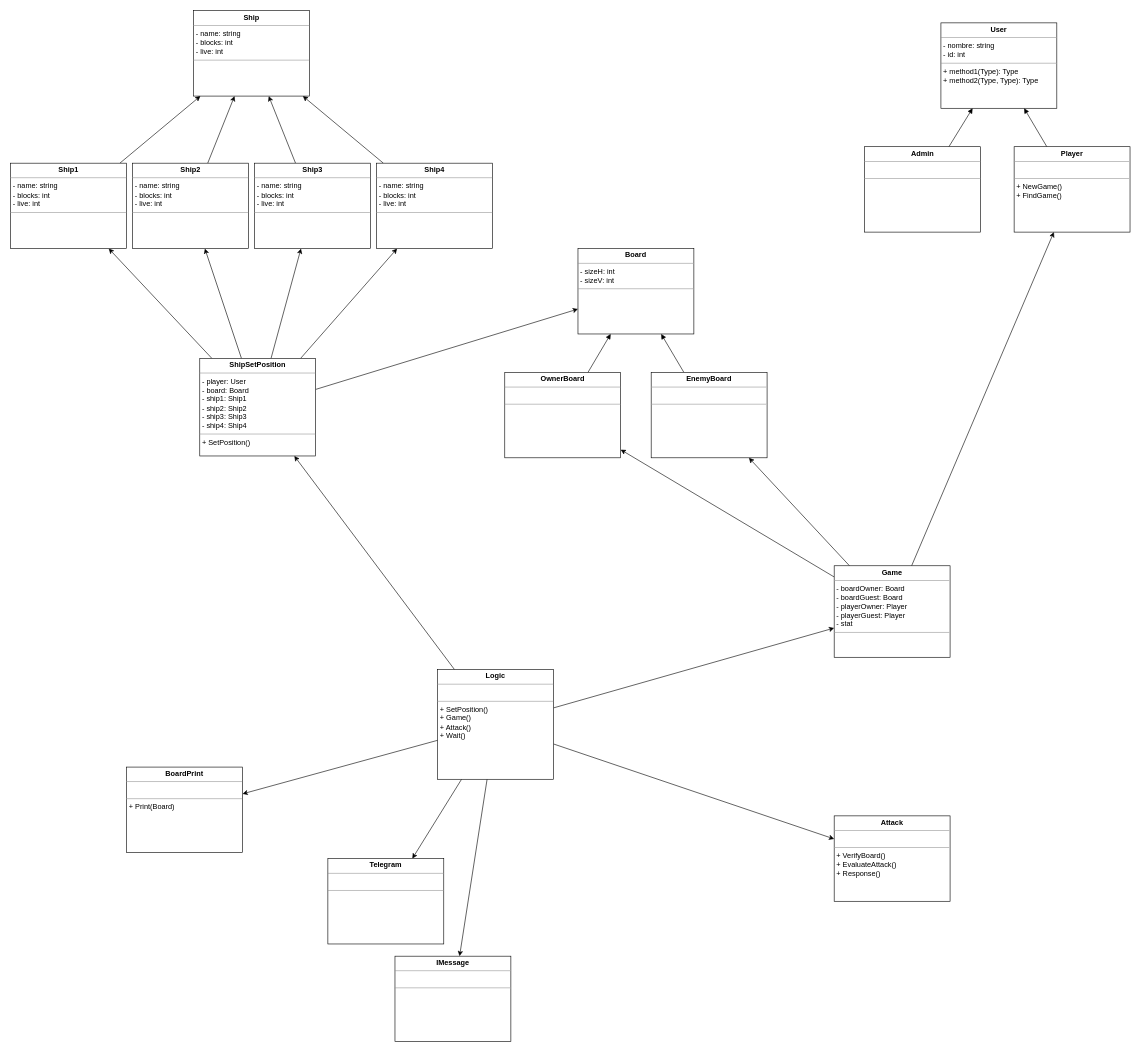
The draw.io diagram Documentacion/Diagrama_2022-05-05.drawio in Ionasjospo/Proyecto_PII_2022_Equipo10, before the edit. Source tidied: cells renumbered, new cells numbered last; positions are measured from the earlier drawing's top-left corner, leaving out a move shared by most shapes. Both pictures are drawn from the tidied source at 61%, with x=0, y=0 at pixel (10, 10).
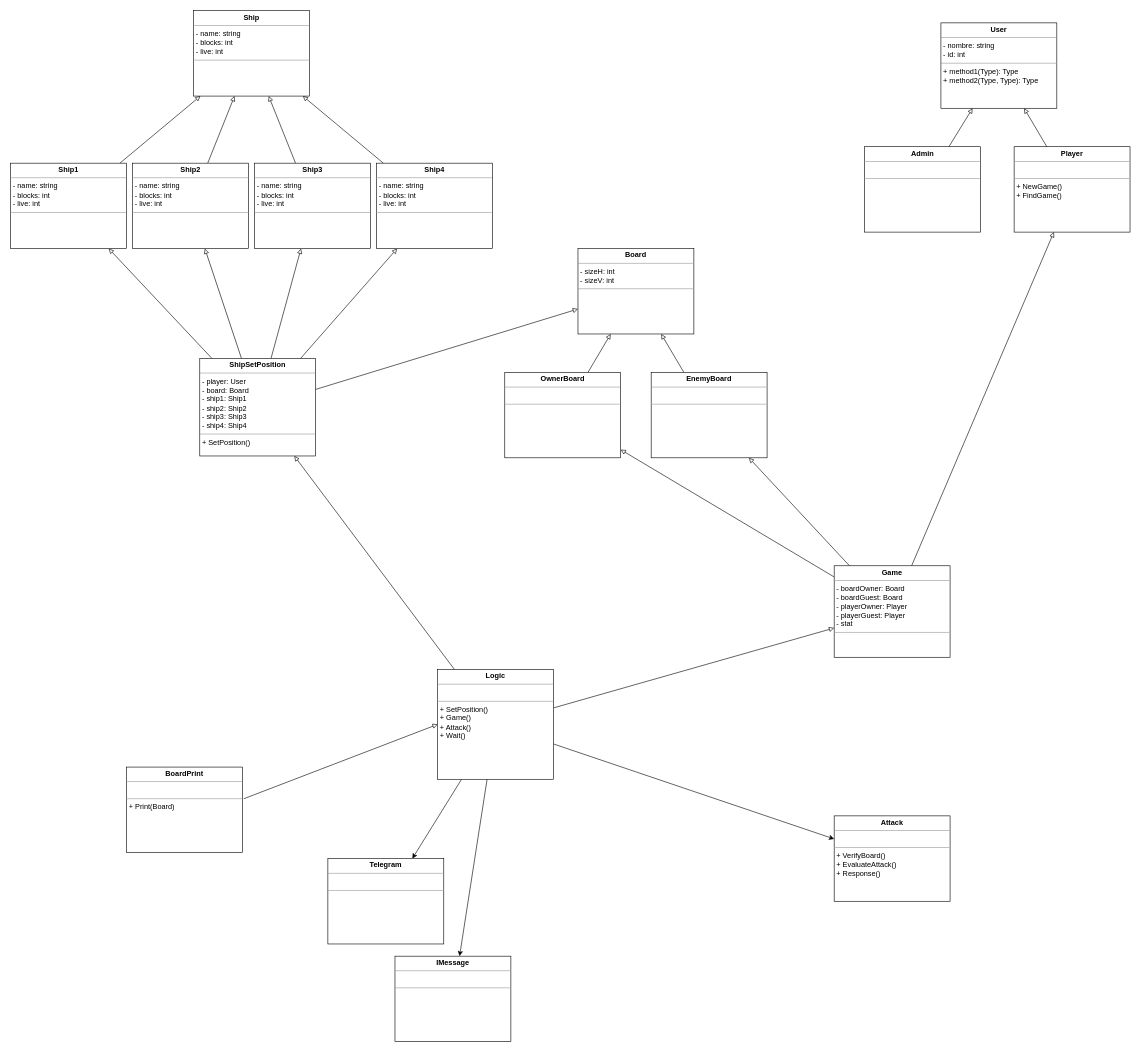
The same diagram, later.

Unchanged cells that the change refers to:
```xml
<mxCell id="2" value="&lt;p style=&quot;margin: 0px ; margin-top: 4px ; text-align: center&quot;&gt;&lt;b&gt;User&lt;/b&gt;&lt;/p&gt;&lt;hr size=&quot;1&quot;&gt;&lt;p style=&quot;margin: 0px ; margin-left: 4px&quot;&gt;- nombre: string&lt;br&gt;- id: int&lt;/p&gt;&lt;hr size=&quot;1&quot;&gt;&lt;p style=&quot;margin: 0px ; margin-left: 4px&quot;&gt;+ method1(Type): Type&lt;br&gt;+ method2(Type, Type): Type&lt;/p&gt;" style="verticalAlign=top;align=left;overflow=fill;fontSize=12;fontFamily=Helvetica;html=1;rounded=0;shadow=0;comic=0;labelBackgroundColor=none;strokeWidth=1;" parent="1" vertex="1">
  <mxGeometry x="1525" y="20" width="190" height="140" as="geometry" />
</mxCell>
<mxCell id="4" value="&lt;p style=&quot;margin: 0px ; margin-top: 4px ; text-align: center&quot;&gt;&lt;b&gt;Admin&lt;/b&gt;&lt;/p&gt;&lt;hr size=&quot;1&quot;&gt;&lt;p style=&quot;margin: 0px ; margin-left: 4px&quot;&gt;&lt;br&gt;&lt;/p&gt;&lt;hr size=&quot;1&quot;&gt;&lt;p style=&quot;margin: 0px ; margin-left: 4px&quot;&gt;&lt;br&gt;&lt;/p&gt;" style="verticalAlign=top;align=left;overflow=fill;fontSize=12;fontFamily=Helvetica;html=1;rounded=0;shadow=0;comic=0;labelBackgroundColor=none;strokeWidth=1;" parent="1" vertex="1">
  <mxGeometry x="1400" y="223" width="190" height="140" as="geometry" />
</mxCell>
<mxCell id="6" value="&lt;p style=&quot;margin: 0px ; margin-top: 4px ; text-align: center&quot;&gt;&lt;b&gt;Player&lt;/b&gt;&lt;/p&gt;&lt;hr size=&quot;1&quot;&gt;&lt;p style=&quot;margin: 0px ; margin-left: 4px&quot;&gt;&lt;br&gt;&lt;/p&gt;&lt;hr size=&quot;1&quot;&gt;&lt;p style=&quot;margin: 0px ; margin-left: 4px&quot;&gt;+ NewGame()&lt;br&gt;+ FindGame()&lt;/p&gt;" style="verticalAlign=top;align=left;overflow=fill;fontSize=12;fontFamily=Helvetica;html=1;rounded=0;shadow=0;comic=0;labelBackgroundColor=none;strokeWidth=1;" parent="1" vertex="1">
  <mxGeometry x="1645" y="223" width="190" height="140" as="geometry" />
</mxCell>
<mxCell id="7" value="&lt;p style=&quot;margin: 0px ; margin-top: 4px ; text-align: center&quot;&gt;&lt;b&gt;Board&lt;/b&gt;&lt;/p&gt;&lt;hr size=&quot;1&quot;&gt;&lt;p style=&quot;margin: 0px ; margin-left: 4px&quot;&gt;- sizeH: int&lt;/p&gt;&lt;p style=&quot;margin: 0px ; margin-left: 4px&quot;&gt;- sizeV: int&lt;/p&gt;&lt;hr size=&quot;1&quot;&gt;&lt;p style=&quot;margin: 0px ; margin-left: 4px&quot;&gt;&lt;br&gt;&lt;/p&gt;" style="verticalAlign=top;align=left;overflow=fill;fontSize=12;fontFamily=Helvetica;html=1;rounded=0;shadow=0;comic=0;labelBackgroundColor=none;strokeWidth=1;" parent="1" vertex="1">
  <mxGeometry x="930" y="390" width="190" height="140" as="geometry" />
</mxCell>
<mxCell id="9" value="&lt;p style=&quot;margin: 0px ; margin-top: 4px ; text-align: center&quot;&gt;&lt;b&gt;OwnerBoard&lt;/b&gt;&lt;/p&gt;&lt;hr size=&quot;1&quot;&gt;&lt;p style=&quot;margin: 0px ; margin-left: 4px&quot;&gt;&lt;br&gt;&lt;/p&gt;&lt;hr size=&quot;1&quot;&gt;&lt;p style=&quot;margin: 0px ; margin-left: 4px&quot;&gt;&lt;br&gt;&lt;/p&gt;" style="verticalAlign=top;align=left;overflow=fill;fontSize=12;fontFamily=Helvetica;html=1;rounded=0;shadow=0;comic=0;labelBackgroundColor=none;strokeWidth=1;" parent="1" vertex="1">
  <mxGeometry x="810" y="593" width="190" height="140" as="geometry" />
</mxCell>
<mxCell id="11" value="&lt;p style=&quot;margin: 0px ; margin-top: 4px ; text-align: center&quot;&gt;&lt;b&gt;EnemyBoard&lt;/b&gt;&lt;/p&gt;&lt;hr size=&quot;1&quot;&gt;&lt;p style=&quot;margin: 0px ; margin-left: 4px&quot;&gt;&lt;br&gt;&lt;/p&gt;&lt;hr size=&quot;1&quot;&gt;&lt;p style=&quot;margin: 0px ; margin-left: 4px&quot;&gt;&lt;br&gt;&lt;/p&gt;" style="verticalAlign=top;align=left;overflow=fill;fontSize=12;fontFamily=Helvetica;html=1;rounded=0;shadow=0;comic=0;labelBackgroundColor=none;strokeWidth=1;" parent="1" vertex="1">
  <mxGeometry x="1050" y="593" width="190" height="140" as="geometry" />
</mxCell>
<mxCell id="12" value="&lt;p style=&quot;margin: 0px ; margin-top: 4px ; text-align: center&quot;&gt;&lt;b&gt;Ship&lt;/b&gt;&lt;/p&gt;&lt;hr size=&quot;1&quot;&gt;&lt;p style=&quot;margin: 0px ; margin-left: 4px&quot;&gt;- name: string&lt;/p&gt;&lt;p style=&quot;margin: 0px ; margin-left: 4px&quot;&gt;- blocks: int&lt;/p&gt;&lt;p style=&quot;margin: 0px ; margin-left: 4px&quot;&gt;- live: int&lt;/p&gt;&lt;hr size=&quot;1&quot;&gt;&lt;p style=&quot;margin: 0px ; margin-left: 4px&quot;&gt;&lt;br&gt;&lt;/p&gt;" style="verticalAlign=top;align=left;overflow=fill;fontSize=12;fontFamily=Helvetica;html=1;rounded=0;shadow=0;comic=0;labelBackgroundColor=none;strokeWidth=1;" parent="1" vertex="1">
  <mxGeometry x="300" width="190" height="140" as="geometry" />
</mxCell>
<mxCell id="16" value="&lt;p style=&quot;margin: 0px ; margin-top: 4px ; text-align: center&quot;&gt;&lt;b&gt;Game&lt;/b&gt;&lt;/p&gt;&lt;hr size=&quot;1&quot;&gt;&lt;p style=&quot;margin: 0px ; margin-left: 4px&quot;&gt;- boardOwner: Board&lt;br&gt;- boardGuest: Board&lt;/p&gt;&lt;p style=&quot;margin: 0px ; margin-left: 4px&quot;&gt;- playerOwner: Player&lt;/p&gt;&lt;p style=&quot;margin: 0px ; margin-left: 4px&quot;&gt;- playerGuest: Player&lt;/p&gt;&lt;p style=&quot;margin: 0px ; margin-left: 4px&quot;&gt;- stat&lt;/p&gt;&lt;hr size=&quot;1&quot;&gt;&lt;p style=&quot;margin: 0px ; margin-left: 4px&quot;&gt;&lt;br&gt;&lt;/p&gt;" style="verticalAlign=top;align=left;overflow=fill;fontSize=12;fontFamily=Helvetica;html=1;rounded=0;shadow=0;comic=0;labelBackgroundColor=none;strokeWidth=1;" parent="1" vertex="1">
  <mxGeometry x="1350" y="910" width="190" height="150" as="geometry" />
</mxCell>
<mxCell id="17" value="&lt;p style=&quot;margin: 0px ; margin-top: 4px ; text-align: center&quot;&gt;&lt;b&gt;BoardPrint&lt;/b&gt;&lt;/p&gt;&lt;hr size=&quot;1&quot;&gt;&lt;p style=&quot;margin: 0px ; margin-left: 4px&quot;&gt;&lt;br&gt;&lt;/p&gt;&lt;hr size=&quot;1&quot;&gt;&lt;p style=&quot;margin: 0px ; margin-left: 4px&quot;&gt;+ Print(Board)&lt;/p&gt;" style="verticalAlign=top;align=left;overflow=fill;fontSize=12;fontFamily=Helvetica;html=1;rounded=0;shadow=0;comic=0;labelBackgroundColor=none;strokeWidth=1;" parent="1" vertex="1">
  <mxGeometry x="190" y="1240" width="190" height="140" as="geometry" />
</mxCell>
<mxCell id="23" value="&lt;p style=&quot;margin: 0px ; margin-top: 4px ; text-align: center&quot;&gt;&lt;b&gt;ShipSetPosition&lt;/b&gt;&lt;/p&gt;&lt;hr size=&quot;1&quot;&gt;&lt;p style=&quot;margin: 0px ; margin-left: 4px&quot;&gt;- player: User&lt;/p&gt;&lt;p style=&quot;margin: 0px ; margin-left: 4px&quot;&gt;- board: Board&lt;/p&gt;&lt;p style=&quot;margin: 0px ; margin-left: 4px&quot;&gt;- ship1: Ship1&lt;/p&gt;&lt;p style=&quot;margin: 0px ; margin-left: 4px&quot;&gt;- ship2: Ship2&lt;/p&gt;&lt;p style=&quot;margin: 0px ; margin-left: 4px&quot;&gt;- ship3: Ship3&lt;/p&gt;&lt;p style=&quot;margin: 0px ; margin-left: 4px&quot;&gt;- ship4: Ship4&lt;/p&gt;&lt;hr size=&quot;1&quot;&gt;&lt;p style=&quot;margin: 0px ; margin-left: 4px&quot;&gt;+ SetPosition()&lt;/p&gt;" style="verticalAlign=top;align=left;overflow=fill;fontSize=12;fontFamily=Helvetica;html=1;rounded=0;shadow=0;comic=0;labelBackgroundColor=none;strokeWidth=1;" parent="1" vertex="1">
  <mxGeometry x="310" y="570" width="190" height="160" as="geometry" />
</mxCell>
<mxCell id="26" value="&lt;p style=&quot;margin: 0px ; margin-top: 4px ; text-align: center&quot;&gt;&lt;b&gt;Ship1&lt;/b&gt;&lt;/p&gt;&lt;hr size=&quot;1&quot;&gt;&lt;p style=&quot;margin: 0px ; margin-left: 4px&quot;&gt;- name: string&lt;/p&gt;&lt;p style=&quot;margin: 0px ; margin-left: 4px&quot;&gt;- blocks: int&lt;/p&gt;&lt;p style=&quot;margin: 0px ; margin-left: 4px&quot;&gt;- live: int&lt;/p&gt;&lt;hr size=&quot;1&quot;&gt;&lt;p style=&quot;margin: 0px ; margin-left: 4px&quot;&gt;&lt;br&gt;&lt;/p&gt;" style="verticalAlign=top;align=left;overflow=fill;fontSize=12;fontFamily=Helvetica;html=1;rounded=0;shadow=0;comic=0;labelBackgroundColor=none;strokeWidth=1;" parent="1" vertex="1">
  <mxGeometry y="250" width="190" height="140" as="geometry" />
</mxCell>
<mxCell id="30" value="&lt;p style=&quot;margin: 0px ; margin-top: 4px ; text-align: center&quot;&gt;&lt;b&gt;Ship4&lt;/b&gt;&lt;/p&gt;&lt;hr size=&quot;1&quot;&gt;&lt;p style=&quot;margin: 0px ; margin-left: 4px&quot;&gt;- name: string&lt;/p&gt;&lt;p style=&quot;margin: 0px ; margin-left: 4px&quot;&gt;- blocks: int&lt;/p&gt;&lt;p style=&quot;margin: 0px ; margin-left: 4px&quot;&gt;- live: int&lt;/p&gt;&lt;hr size=&quot;1&quot;&gt;&lt;p style=&quot;margin: 0px ; margin-left: 4px&quot;&gt;&lt;br&gt;&lt;/p&gt;" style="verticalAlign=top;align=left;overflow=fill;fontSize=12;fontFamily=Helvetica;html=1;rounded=0;shadow=0;comic=0;labelBackgroundColor=none;strokeWidth=1;" parent="1" vertex="1">
  <mxGeometry x="600" y="250" width="190" height="140" as="geometry" />
</mxCell>
<mxCell id="37" value="&lt;p style=&quot;margin: 0px ; margin-top: 4px ; text-align: center&quot;&gt;&lt;b&gt;Logic&lt;/b&gt;&lt;/p&gt;&lt;hr size=&quot;1&quot;&gt;&lt;p style=&quot;margin: 0px ; margin-left: 4px&quot;&gt;&lt;br&gt;&lt;/p&gt;&lt;hr size=&quot;1&quot;&gt;&lt;p style=&quot;margin: 0px ; margin-left: 4px&quot;&gt;+ SetPosition()&lt;/p&gt;&lt;p style=&quot;margin: 0px ; margin-left: 4px&quot;&gt;+ Game()&lt;/p&gt;&lt;p style=&quot;margin: 0px ; margin-left: 4px&quot;&gt;+ Attack()&lt;/p&gt;&lt;p style=&quot;margin: 0px ; margin-left: 4px&quot;&gt;+ Wait()&lt;/p&gt;" style="verticalAlign=top;align=left;overflow=fill;fontSize=12;fontFamily=Helvetica;html=1;rounded=0;shadow=0;comic=0;labelBackgroundColor=none;strokeWidth=1;" parent="1" vertex="1">
  <mxGeometry x="700" y="1080" width="190" height="180" as="geometry" />
</mxCell>
<mxCell id="38" value="&lt;p style=&quot;margin: 0px ; margin-top: 4px ; text-align: center&quot;&gt;&lt;b&gt;Ship3&lt;/b&gt;&lt;/p&gt;&lt;hr size=&quot;1&quot;&gt;&lt;p style=&quot;margin: 0px ; margin-left: 4px&quot;&gt;- name: string&lt;/p&gt;&lt;p style=&quot;margin: 0px ; margin-left: 4px&quot;&gt;- blocks: int&lt;/p&gt;&lt;p style=&quot;margin: 0px ; margin-left: 4px&quot;&gt;- live: int&lt;/p&gt;&lt;hr size=&quot;1&quot;&gt;&lt;p style=&quot;margin: 0px ; margin-left: 4px&quot;&gt;&lt;br&gt;&lt;/p&gt;" style="verticalAlign=top;align=left;overflow=fill;fontSize=12;fontFamily=Helvetica;html=1;rounded=0;shadow=0;comic=0;labelBackgroundColor=none;strokeWidth=1;" parent="1" vertex="1">
  <mxGeometry x="400" y="250" width="190" height="140" as="geometry" />
</mxCell>
<mxCell id="39" value="&lt;p style=&quot;margin: 0px ; margin-top: 4px ; text-align: center&quot;&gt;&lt;b&gt;Ship2&lt;/b&gt;&lt;/p&gt;&lt;hr size=&quot;1&quot;&gt;&lt;p style=&quot;margin: 0px ; margin-left: 4px&quot;&gt;- name: string&lt;/p&gt;&lt;p style=&quot;margin: 0px ; margin-left: 4px&quot;&gt;- blocks: int&lt;/p&gt;&lt;p style=&quot;margin: 0px ; margin-left: 4px&quot;&gt;- live: int&lt;/p&gt;&lt;hr size=&quot;1&quot;&gt;&lt;p style=&quot;margin: 0px ; margin-left: 4px&quot;&gt;&lt;br&gt;&lt;/p&gt;" style="verticalAlign=top;align=left;overflow=fill;fontSize=12;fontFamily=Helvetica;html=1;rounded=0;shadow=0;comic=0;labelBackgroundColor=none;strokeWidth=1;" parent="1" vertex="1">
  <mxGeometry x="200" y="250" width="190" height="140" as="geometry" />
</mxCell>
```

Change to the diagram source:
```diff
@@
-    <mxCell id="3" style="rounded=0;jettySize=auto;html=1;endArrow=block;endFill=1;" parent="1" edge="1" source="4" target="2">
+    <mxCell id="3" style="rounded=0;jettySize=auto;html=1;endArrow=block;endFill=0;" parent="1" edge="1" source="4" target="2">
       <mxGeometry relative="1" as="geometry" />
     </mxCell>
@@
-    <mxCell id="5" style="rounded=0;jettySize=auto;html=1;endArrow=block;endFill=1;" parent="1" edge="1" source="6" target="2">
+    <mxCell id="5" style="rounded=0;jettySize=auto;html=1;endArrow=block;endFill=0;" parent="1" edge="1" source="6" target="2">
       <mxGeometry relative="1" as="geometry" />
     </mxCell>
@@
-    <mxCell id="8" style="rounded=0;jettySize=auto;html=1;endArrow=block;endFill=1;" parent="1" edge="1" source="9" target="7">
+    <mxCell id="8" style="rounded=0;jettySize=auto;html=1;endArrow=block;endFill=0;" parent="1" edge="1" source="9" target="7">
       <mxGeometry relative="1" as="geometry" />
     </mxCell>
@@
-    <mxCell id="10" style="rounded=0;jettySize=auto;html=1;endArrow=block;endFill=1;" parent="1" edge="1" source="11" target="7">
+    <mxCell id="10" style="rounded=0;jettySize=auto;html=1;endArrow=block;endFill=0;" parent="1" edge="1" source="11" target="7">
       <mxGeometry relative="1" as="geometry" />
     </mxCell>
@@
-    <mxCell id="13" style="rounded=0;jettySize=auto;html=1;" parent="1" edge="1" source="16" target="6">
+    <mxCell id="13" style="rounded=0;jettySize=auto;html=1;endArrow=block;endFill=0;" parent="1" edge="1" source="16" target="6">
       <mxGeometry relative="1" as="geometry" />
     </mxCell>
-    <mxCell id="14" style="rounded=0;jettySize=auto;html=1;" parent="1" edge="1" source="16" target="11">
+    <mxCell id="14" style="rounded=0;jettySize=auto;html=1;endArrow=block;endFill=0;" parent="1" edge="1" source="16" target="11">
       <mxGeometry relative="1" as="geometry" />
     </mxCell>
-    <mxCell id="15" style="rounded=0;jettySize=auto;html=1;" parent="1" edge="1" source="16" target="9">
+    <mxCell id="15" style="rounded=0;jettySize=auto;html=1;endArrow=block;endFill=0;" parent="1" edge="1" source="16" target="9">
       <mxGeometry relative="1" as="geometry" />
     </mxCell>
@@
-    <mxCell id="18" style="rounded=0;jettySize=auto;html=1;" parent="1" edge="1" source="23" target="7">
+    <mxCell id="18" style="rounded=0;jettySize=auto;html=1;endArrow=block;endFill=0;" parent="1" edge="1" source="23" target="7">
       <mxGeometry relative="1" as="geometry" />
     </mxCell>
-    <mxCell id="19" style="rounded=0;jettySize=auto;html=1;" parent="1" edge="1" source="23" target="26">
+    <mxCell id="19" style="rounded=0;jettySize=auto;html=1;endArrow=block;endFill=0;" parent="1" edge="1" source="23" target="26">
       <mxGeometry relative="1" as="geometry" />
     </mxCell>
-    <mxCell id="20" style="rounded=0;jettySize=auto;html=1;" parent="1" edge="1" source="23" target="39">
+    <mxCell id="20" style="rounded=0;jettySize=auto;html=1;endArrow=block;endFill=0;" parent="1" edge="1" source="23" target="39">
       <mxGeometry relative="1" as="geometry" />
     </mxCell>
-    <mxCell id="21" style="rounded=0;jettySize=auto;html=1;" parent="1" edge="1" source="23" target="38">
+    <mxCell id="21" style="rounded=0;jettySize=auto;html=1;endArrow=block;endFill=0;" parent="1" edge="1" source="23" target="38">
       <mxGeometry relative="1" as="geometry" />
     </mxCell>
-    <mxCell id="22" style="rounded=0;jettySize=auto;html=1;" parent="1" edge="1" source="23" target="30">
+    <mxCell id="22" style="rounded=0;jettySize=auto;html=1;endArrow=block;endFill=0;" parent="1" edge="1" source="23" target="30">
       <mxGeometry relative="1" as="geometry" />
     </mxCell>
@@
-    <mxCell id="25" style="rounded=0;jettySize=auto;html=1;" parent="1" edge="1" source="26" target="12">
+    <mxCell id="25" style="rounded=0;jettySize=auto;html=1;endArrow=block;endFill=0;" parent="1" edge="1" source="26" target="12">
       <mxGeometry relative="1" as="geometry" />
     </mxCell>
@@
-    <mxCell id="27" style="rounded=0;jettySize=auto;html=1;" parent="1" edge="1" source="39" target="12">
+    <mxCell id="27" style="rounded=0;jettySize=auto;html=1;endArrow=block;endFill=0;" parent="1" edge="1" source="39" target="12">
       <mxGeometry relative="1" as="geometry" />
     </mxCell>
-    <mxCell id="28" style="rounded=0;jettySize=auto;html=1;startArrow=none;" parent="1" edge="1" source="38" target="12">
+    <mxCell id="28" style="rounded=0;jettySize=auto;html=1;startArrow=none;endArrow=block;endFill=0;" parent="1" edge="1" source="38" target="12">
       <mxGeometry relative="1" as="geometry" />
     </mxCell>
-    <mxCell id="29" style="rounded=0;jettySize=auto;html=1;" parent="1" edge="1" source="30" target="12">
+    <mxCell id="29" style="rounded=0;jettySize=auto;html=1;endArrow=block;endFill=0;" parent="1" edge="1" source="30" target="12">
       <mxGeometry relative="1" as="geometry" />
     </mxCell>
@@
-    <mxCell id="32" style="rounded=0;jettySize=auto;html=1;" parent="1" edge="1" source="37" target="16">
+    <mxCell id="32" style="rounded=0;jettySize=auto;html=1;endArrow=block;endFill=0;" parent="1" edge="1" source="37" target="16">
       <mxGeometry relative="1" as="geometry" />
     </mxCell>
-    <mxCell id="33" style="rounded=0;jettySize=auto;html=1;" parent="1" edge="1" source="37" target="23">
+    <mxCell id="33" style="rounded=0;jettySize=auto;html=1;endArrow=block;endFill=0;" parent="1" edge="1" source="37" target="23">
       <mxGeometry relative="1" as="geometry" />
     </mxCell>
@@
-    <mxCell id="36" style="rounded=0;jettySize=auto;html=1;" parent="1" edge="1" source="37" target="17">
-      <mxGeometry relative="1" as="geometry" />
-    </mxCell>
@@
+    <mxCell id="42" style="endArrow=block;html=1;rounded=0;exitX=1.011;exitY=0.371;exitDx=0;exitDy=0;exitPerimeter=0;entryX=0;entryY=0.5;entryDx=0;entryDy=0;endFill=0;targetPerimeterSpacing=0;" parent="1" edge="1" source="17" target="37">
+      <mxGeometry relative="1" as="geometry" />
+    </mxCell>
```
